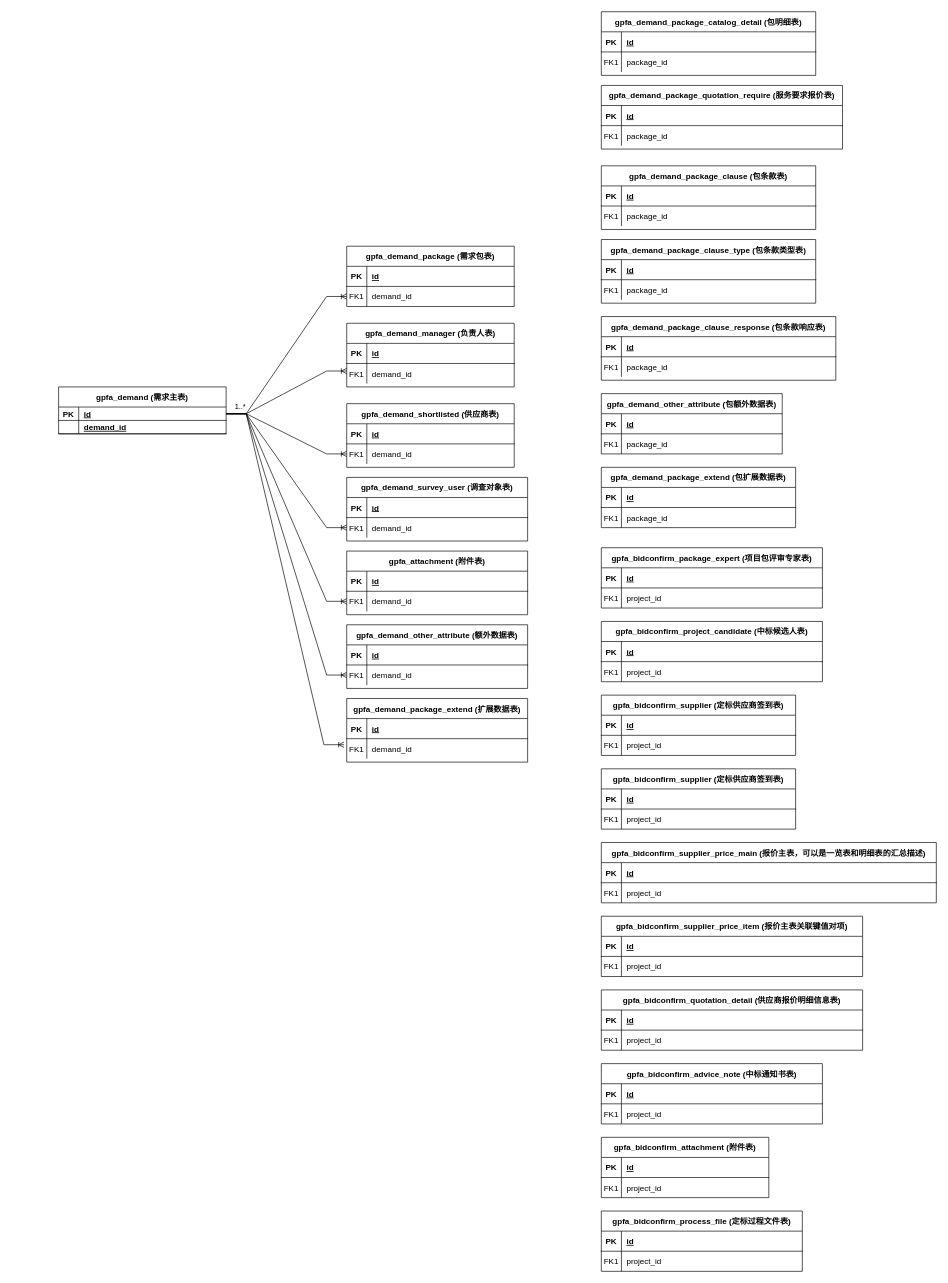
Earlier version of the draw.io diagram demand_data_hierarchy.drawio (dernight1/draw.io). Source tidied: cells renumbered, new cells numbered last; positions are measured from the earlier drawing's top-left corner, leaving out a move shared by most shapes. Both pictures are drawn from the tidied source at 67%, with x=0, y=0 at pixel (58, 11).
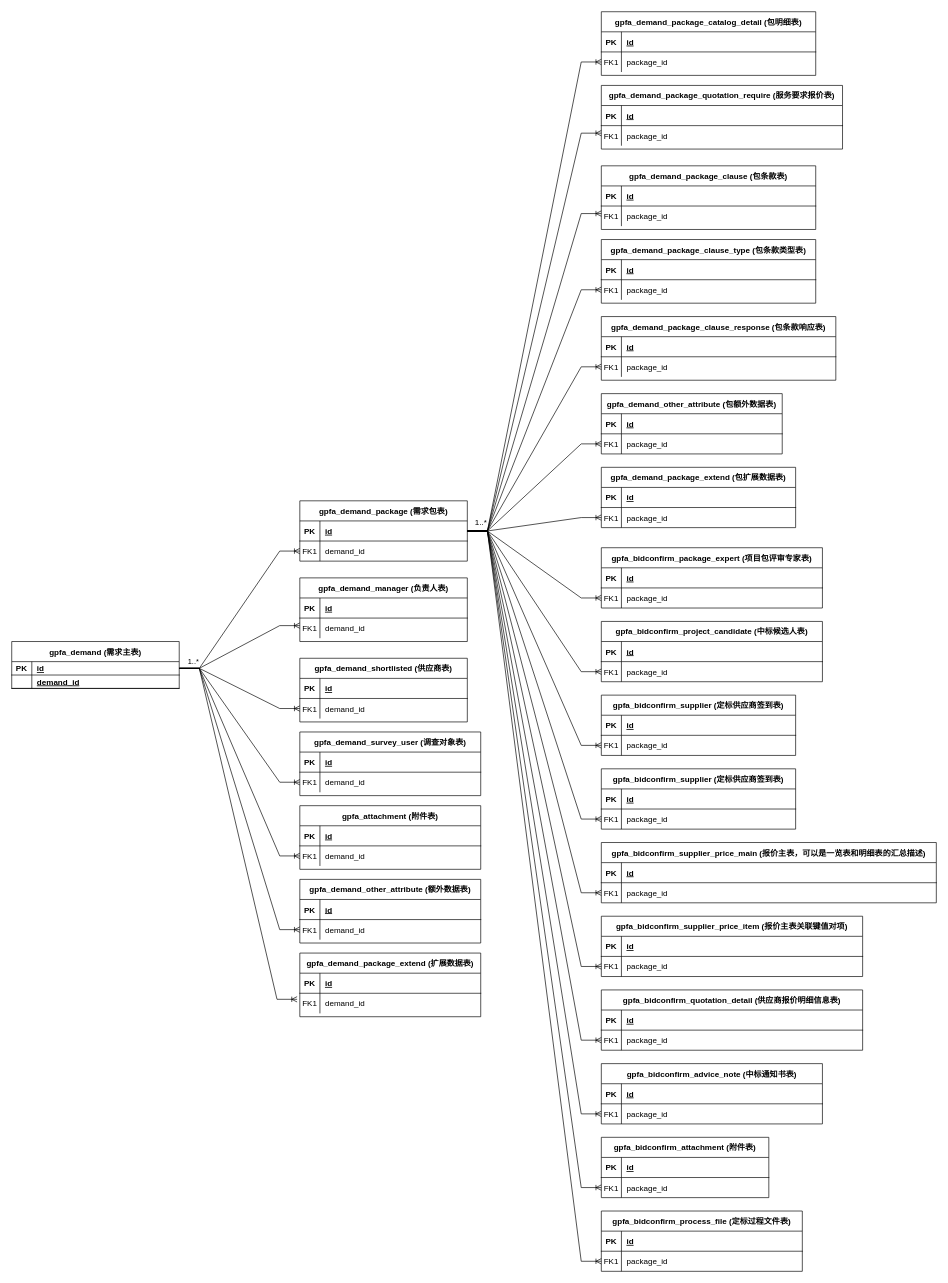
The same diagram, later.

Unchanged cells that the change refers to:
```xml
<mxCell id="3" style="shape=partialRectangle;fillColor=none;points=[[0,0.5],[1,0.5]];portConstraint=eastwest;top=0;left=0;right=0;bottom=1;" parent="2" vertex="1">
  <mxGeometry y="30" width="250" height="30" as="geometry" />
</mxCell>
<mxCell id="20" style="shape=partialRectangle;fillColor=none;points=[[0,0.5],[1,0.5]];portConstraint=eastwest;top=0;left=0;right=0;bottom=0;" parent="16" vertex="1">
  <mxGeometry y="60" width="320" height="30" as="geometry" />
</mxCell>
<mxCell id="55" style="shape=partialRectangle;fillColor=none;points=[[0,0.5],[1,0.5]];portConstraint=eastwest;top=0;left=0;right=0;bottom=0;" parent="51" vertex="1">
  <mxGeometry y="60" width="270" height="30" as="geometry" />
</mxCell>
<mxCell id="65" value="gpfa_demand_package_clause (包条款表)" style="shape=table;startSize=30;childLayout=tableLayout;rowLines=0;fontStyle=1;align=center;" parent="1" vertex="1">
  <mxGeometry x="810" y="230" width="320" height="95" as="geometry" />
</mxCell>
<mxCell id="76" style="shape=partialRectangle;fillColor=none;points=[[0,0.5],[1,0.5]];portConstraint=eastwest;top=0;left=0;right=0;bottom=0;" parent="72" vertex="1">
  <mxGeometry y="60" width="320" height="30" as="geometry" />
</mxCell>
<mxCell id="83" style="shape=partialRectangle;fillColor=none;points=[[0,0.5],[1,0.5]];portConstraint=eastwest;top=0;left=0;right=0;bottom=0;" parent="79" vertex="1">
  <mxGeometry y="60" width="350" height="30" as="geometry" />
</mxCell>
<mxCell id="86" value="gpfa_demand_package_quotation_require (服务要求报价表)" style="shape=table;startSize=30;childLayout=tableLayout;rowLines=0;fontStyle=1;align=center;" parent="1" vertex="1">
  <mxGeometry x="810" y="110" width="360" height="95" as="geometry" />
</mxCell>
<mxCell id="97" style="shape=partialRectangle;fillColor=none;points=[[0,0.5],[1,0.5]];portConstraint=eastwest;top=0;left=0;right=0;bottom=0;" parent="93" vertex="1">
  <mxGeometry y="60" width="270" height="30" as="geometry" />
</mxCell>
<mxCell id="104" style="shape=partialRectangle;fillColor=none;points=[[0,0.5],[1,0.5]];portConstraint=eastwest;top=0;left=0;right=0;bottom=0;" parent="100" vertex="1">
  <mxGeometry y="60" width="290" height="30" as="geometry" />
</mxCell>
<mxCell id="111" style="shape=partialRectangle;fillColor=none;points=[[0,0.5],[1,0.5]];portConstraint=eastwest;top=0;left=0;right=0;bottom=0;" parent="107" vertex="1">
  <mxGeometry y="60" width="330" height="30" as="geometry" />
</mxCell>
<mxCell id="118" style="shape=partialRectangle;fillColor=none;points=[[0,0.5],[1,0.5]];portConstraint=eastwest;top=0;left=0;right=0;bottom=0;" parent="114" vertex="1">
  <mxGeometry y="60" width="330" height="30" as="geometry" />
</mxCell>
<mxCell id="125" style="shape=partialRectangle;fillColor=none;points=[[0,0.5],[1,0.5]];portConstraint=eastwest;top=0;left=0;right=0;bottom=0;" parent="121" vertex="1">
  <mxGeometry y="60" width="290" height="30" as="geometry" />
</mxCell>
<mxCell id="132" style="shape=partialRectangle;fillColor=none;points=[[0,0.5],[1,0.5]];portConstraint=eastwest;top=0;left=0;right=0;bottom=0;" parent="128" vertex="1">
  <mxGeometry y="60" width="290" height="30" as="geometry" />
</mxCell>
<mxCell id="139" style="shape=partialRectangle;fillColor=none;points=[[0,0.5],[1,0.5]];portConstraint=eastwest;top=0;left=0;right=0;bottom=0;" parent="135" vertex="1">
  <mxGeometry y="60" width="500" height="30" as="geometry" />
</mxCell>
<mxCell id="146" style="shape=partialRectangle;fillColor=none;points=[[0,0.5],[1,0.5]];portConstraint=eastwest;top=0;left=0;right=0;bottom=0;" parent="142" vertex="1">
  <mxGeometry y="60" width="390" height="30" as="geometry" />
</mxCell>
<mxCell id="153" style="shape=partialRectangle;fillColor=none;points=[[0,0.5],[1,0.5]];portConstraint=eastwest;top=0;left=0;right=0;bottom=0;" parent="149" vertex="1">
  <mxGeometry y="60" width="390" height="30" as="geometry" />
</mxCell>
<mxCell id="160" style="shape=partialRectangle;fillColor=none;points=[[0,0.5],[1,0.5]];portConstraint=eastwest;top=0;left=0;right=0;bottom=0;" parent="156" vertex="1">
  <mxGeometry y="60" width="330" height="30" as="geometry" />
</mxCell>
<mxCell id="167" style="shape=partialRectangle;fillColor=none;points=[[0,0.5],[1,0.5]];portConstraint=eastwest;top=0;left=0;right=0;bottom=0;" parent="163" vertex="1">
  <mxGeometry y="60" width="250" height="30" as="geometry" />
</mxCell>
<mxCell id="174" style="shape=partialRectangle;fillColor=none;points=[[0,0.5],[1,0.5]];portConstraint=eastwest;top=0;left=0;right=0;bottom=0;" parent="170" vertex="1">
  <mxGeometry y="60" width="300" height="30" as="geometry" />
</mxCell>
```

What changed in the source:
```diff
@@
     <mxCell id="2" value="gpfa_demand_package (需求包表)" style="shape=table;startSize=30;childLayout=tableLayout;rowLines=0;fontStyle=1;align=center;" parent="1" vertex="1">
-      <mxGeometry x="430" y="350" width="250" height="90" as="geometry" />
+      <mxGeometry x="360" y="730" width="250" height="90" as="geometry" />
     </mxCell>
@@
     <mxCell id="9" value="gpfa_demand (需求主表)" style="shape=table;startSize=30;childLayout=tableLayout;rowLines=0;fontStyle=1;align=center;" parent="1" vertex="1">
-      <mxGeometry y="560" width="250" height="70" as="geometry" />
+      <mxGeometry x="-70" y="940" width="250" height="70" as="geometry" />
     </mxCell>
@@
     <mxCell id="23" value="gpfa_demand_manager (负责人表)" style="shape=table;startSize=30;childLayout=tableLayout;rowLines=0;fontStyle=1;align=center;" parent="1" vertex="1">
-      <mxGeometry x="430" y="465" width="250" height="95" as="geometry" />
+      <mxGeometry x="360" y="845" width="250" height="95" as="geometry" />
     </mxCell>
@@
     <mxCell id="30" value="gpfa_demand_shortlisted (供应商表)" style="shape=table;startSize=30;childLayout=tableLayout;rowLines=0;fontStyle=1;align=center;" parent="1" vertex="1">
-      <mxGeometry x="430" y="585" width="250" height="95" as="geometry" />
+      <mxGeometry x="360" y="965" width="250" height="95" as="geometry" />
     </mxCell>
@@
     <mxCell id="37" value="gpfa_demand_survey_user (调查对象表)" style="shape=table;startSize=30;childLayout=tableLayout;rowLines=0;fontStyle=1;align=center;" parent="1" vertex="1">
-      <mxGeometry x="430" y="695" width="270" height="95" as="geometry" />
+      <mxGeometry x="360" y="1075" width="270" height="95" as="geometry" />
     </mxCell>
@@
     <mxCell id="44" value="gpfa_attachment (附件表)" style="shape=table;startSize=30;childLayout=tableLayout;rowLines=0;fontStyle=1;align=center;" parent="1" vertex="1">
-      <mxGeometry x="430" y="805" width="270" height="95" as="geometry" />
+      <mxGeometry x="360" y="1185" width="270" height="95" as="geometry" />
     </mxCell>
@@
     <mxCell id="51" value="gpfa_demand_other_attribute (额外数据表)" style="shape=table;startSize=30;childLayout=tableLayout;rowLines=0;fontStyle=1;align=center;" parent="1" vertex="1">
-      <mxGeometry x="430" y="915" width="270" height="95" as="geometry" />
+      <mxGeometry x="360" y="1295" width="270" height="95" as="geometry" />
     </mxCell>
@@
     <mxCell id="58" value="gpfa_demand_package_extend (扩展数据表)" style="shape=table;startSize=30;childLayout=tableLayout;rowLines=0;fontStyle=1;align=center;" parent="1" vertex="1">
-      <mxGeometry x="430" y="1025" width="270" height="95" as="geometry" />
+      <mxGeometry x="360" y="1405" width="270" height="95" as="geometry" />
     </mxCell>
@@
-    <mxCell id="113" value="project_id" style="shape=partialRectangle;overflow=hidden;fillColor=none;top=0;left=0;bottom=0;right=0;align=left;spacingLeft=6;" parent="111" vertex="1">
+    <mxCell id="113" value="package_id" style="shape=partialRectangle;overflow=hidden;fillColor=none;top=0;left=0;bottom=0;right=0;align=left;spacingLeft=6;" parent="111" vertex="1">
       <mxGeometry x="30" width="300" height="30" as="geometry" />
     </mxCell>
@@
-    <mxCell id="120" value="project_id" style="shape=partialRectangle;overflow=hidden;fillColor=none;top=0;left=0;bottom=0;right=0;align=left;spacingLeft=6;" parent="118" vertex="1">
+    <mxCell id="120" value="package_id" style="shape=partialRectangle;overflow=hidden;fillColor=none;top=0;left=0;bottom=0;right=0;align=left;spacingLeft=6;" parent="118" vertex="1">
       <mxGeometry x="30" width="300" height="30" as="geometry" />
     </mxCell>
@@
-    <mxCell id="127" value="project_id" style="shape=partialRectangle;overflow=hidden;fillColor=none;top=0;left=0;bottom=0;right=0;align=left;spacingLeft=6;" parent="125" vertex="1">
+    <mxCell id="127" value="package_id" style="shape=partialRectangle;overflow=hidden;fillColor=none;top=0;left=0;bottom=0;right=0;align=left;spacingLeft=6;" parent="125" vertex="1">
       <mxGeometry x="30" width="260" height="30" as="geometry" />
     </mxCell>
@@
-    <mxCell id="134" value="project_id" style="shape=partialRectangle;overflow=hidden;fillColor=none;top=0;left=0;bottom=0;right=0;align=left;spacingLeft=6;" parent="132" vertex="1">
+    <mxCell id="134" value="package_id" style="shape=partialRectangle;overflow=hidden;fillColor=none;top=0;left=0;bottom=0;right=0;align=left;spacingLeft=6;" parent="132" vertex="1">
       <mxGeometry x="30" width="260" height="30" as="geometry" />
     </mxCell>
@@
-    <mxCell id="141" value="project_id" style="shape=partialRectangle;overflow=hidden;fillColor=none;top=0;left=0;bottom=0;right=0;align=left;spacingLeft=6;" parent="139" vertex="1">
+    <mxCell id="141" value="package_id" style="shape=partialRectangle;overflow=hidden;fillColor=none;top=0;left=0;bottom=0;right=0;align=left;spacingLeft=6;" parent="139" vertex="1">
       <mxGeometry x="30" width="470" height="30" as="geometry" />
     </mxCell>
@@
-    <mxCell id="148" value="project_id" style="shape=partialRectangle;overflow=hidden;fillColor=none;top=0;left=0;bottom=0;right=0;align=left;spacingLeft=6;" parent="146" vertex="1">
+    <mxCell id="148" value="package_id" style="shape=partialRectangle;overflow=hidden;fillColor=none;top=0;left=0;bottom=0;right=0;align=left;spacingLeft=6;" parent="146" vertex="1">
       <mxGeometry x="30" width="360" height="30" as="geometry" />
     </mxCell>
@@
-    <mxCell id="155" value="project_id" style="shape=partialRectangle;overflow=hidden;fillColor=none;top=0;left=0;bottom=0;right=0;align=left;spacingLeft=6;" parent="153" vertex="1">
+    <mxCell id="155" value="package_id" style="shape=partialRectangle;overflow=hidden;fillColor=none;top=0;left=0;bottom=0;right=0;align=left;spacingLeft=6;" parent="153" vertex="1">
       <mxGeometry x="30" width="360" height="30" as="geometry" />
     </mxCell>
@@
-    <mxCell id="162" value="project_id" style="shape=partialRectangle;overflow=hidden;fillColor=none;top=0;left=0;bottom=0;right=0;align=left;spacingLeft=6;" parent="160" vertex="1">
+    <mxCell id="162" value="package_id" style="shape=partialRectangle;overflow=hidden;fillColor=none;top=0;left=0;bottom=0;right=0;align=left;spacingLeft=6;" parent="160" vertex="1">
       <mxGeometry x="30" width="300" height="30" as="geometry" />
     </mxCell>
@@
-    <mxCell id="169" value="project_id" style="shape=partialRectangle;overflow=hidden;fillColor=none;top=0;left=0;bottom=0;right=0;align=left;spacingLeft=6;" parent="167" vertex="1">
+    <mxCell id="169" value="package_id" style="shape=partialRectangle;overflow=hidden;fillColor=none;top=0;left=0;bottom=0;right=0;align=left;spacingLeft=6;" parent="167" vertex="1">
       <mxGeometry x="30" width="220" height="30" as="geometry" />
     </mxCell>
@@
-    <mxCell id="176" value="project_id" style="shape=partialRectangle;overflow=hidden;fillColor=none;top=0;left=0;bottom=0;right=0;align=left;spacingLeft=6;" parent="174" vertex="1">
+    <mxCell id="176" value="package_id" style="shape=partialRectangle;overflow=hidden;fillColor=none;top=0;left=0;bottom=0;right=0;align=left;spacingLeft=6;" parent="174" vertex="1">
       <mxGeometry x="30" width="270" height="30" as="geometry" />
     </mxCell>
@@
     <mxCell id="183" style="edgeStyle=entityRelationEdgeStyle;fontSize=12;html=1;endArrow=ERoneToMany;rounded=0;entryX=0;entryY=0.5;entryDx=0;entryDy=0;" parent="1" edge="1" target="55">
       <mxGeometry relative="1" as="geometry">
-        <mxPoint x="250" y="600" as="sourcePoint" />
+        <mxPoint x="180" y="980" as="sourcePoint" />
       </mxGeometry>
     </mxCell>
@@
+    <mxCell id="185" style="edgeStyle=entityRelationEdgeStyle;fontSize=12;html=1;endArrow=ERoneToMany;rounded=0;entryX=0;entryY=0.5;entryDx=0;entryDy=0;exitX=1;exitY=0.5;exitDx=0;exitDy=0;" parent="1" edge="1" source="3" target="20">
+      <mxGeometry relative="1" as="geometry" />
+    </mxCell>
+    <mxCell id="186" style="edgeStyle=entityRelationEdgeStyle;fontSize=12;html=1;endArrow=ERoneToMany;rounded=0;entryX=0;entryY=0.75;entryDx=0;entryDy=0;exitX=1;exitY=0.5;exitDx=0;exitDy=0;" parent="1" edge="1" source="2" target="86">
+      <mxGeometry relative="1" as="geometry" />
+    </mxCell>
+    <mxCell id="187" style="edgeStyle=entityRelationEdgeStyle;fontSize=12;html=1;endArrow=ERoneToMany;rounded=0;entryX=0;entryY=0.75;entryDx=0;entryDy=0;exitX=1;exitY=0.5;exitDx=0;exitDy=0;" parent="1" edge="1" source="2" target="65">
+      <mxGeometry relative="1" as="geometry" />
+    </mxCell>
+    <mxCell id="188" style="edgeStyle=entityRelationEdgeStyle;fontSize=12;html=1;endArrow=ERoneToMany;rounded=0;entryX=0;entryY=0.5;entryDx=0;entryDy=0;exitX=1;exitY=0.5;exitDx=0;exitDy=0;" parent="1" edge="1" source="3" target="76">
+      <mxGeometry relative="1" as="geometry" />
+    </mxCell>
+    <mxCell id="189" style="edgeStyle=entityRelationEdgeStyle;fontSize=12;html=1;endArrow=ERoneToMany;rounded=0;entryX=0;entryY=0.5;entryDx=0;entryDy=0;exitX=1;exitY=0.5;exitDx=0;exitDy=0;" parent="1" edge="1" source="3" target="83">
+      <mxGeometry relative="1" as="geometry" />
+    </mxCell>
+    <mxCell id="190" style="edgeStyle=entityRelationEdgeStyle;fontSize=12;html=1;endArrow=ERoneToMany;rounded=0;entryX=0;entryY=0.5;entryDx=0;entryDy=0;exitX=1;exitY=0.5;exitDx=0;exitDy=0;" parent="1" edge="1" source="3" target="97">
+      <mxGeometry relative="1" as="geometry" />
+    </mxCell>
+    <mxCell id="191" style="edgeStyle=entityRelationEdgeStyle;fontSize=12;html=1;endArrow=ERoneToMany;rounded=0;entryX=0;entryY=0.5;entryDx=0;entryDy=0;exitX=1;exitY=0.5;exitDx=0;exitDy=0;" parent="1" edge="1" source="3" target="104">
+      <mxGeometry relative="1" as="geometry" />
+    </mxCell>
+    <mxCell id="192" style="edgeStyle=entityRelationEdgeStyle;fontSize=12;html=1;endArrow=ERoneToMany;rounded=0;entryX=0;entryY=0.5;entryDx=0;entryDy=0;exitX=1;exitY=0.5;exitDx=0;exitDy=0;" parent="1" edge="1" source="3" target="111">
+      <mxGeometry relative="1" as="geometry" />
+    </mxCell>
+    <mxCell id="193" style="edgeStyle=entityRelationEdgeStyle;fontSize=12;html=1;endArrow=ERoneToMany;rounded=0;entryX=0;entryY=0.5;entryDx=0;entryDy=0;exitX=1;exitY=0.5;exitDx=0;exitDy=0;" parent="1" edge="1" source="3" target="118">
+      <mxGeometry relative="1" as="geometry" />
+    </mxCell>
+    <mxCell id="194" style="edgeStyle=entityRelationEdgeStyle;fontSize=12;html=1;endArrow=ERoneToMany;rounded=0;entryX=0;entryY=0.5;entryDx=0;entryDy=0;exitX=1;exitY=0.5;exitDx=0;exitDy=0;" parent="1" edge="1" source="3" target="125">
+      <mxGeometry relative="1" as="geometry" />
+    </mxCell>
+    <mxCell id="195" style="edgeStyle=entityRelationEdgeStyle;fontSize=12;html=1;endArrow=ERoneToMany;rounded=0;entryX=0;entryY=0.5;entryDx=0;entryDy=0;exitX=1;exitY=0.5;exitDx=0;exitDy=0;" parent="1" edge="1" source="3" target="139">
+      <mxGeometry relative="1" as="geometry" />
+    </mxCell>
+    <mxCell id="196" style="edgeStyle=entityRelationEdgeStyle;fontSize=12;html=1;endArrow=ERoneToMany;rounded=0;entryX=0;entryY=0.5;entryDx=0;entryDy=0;exitX=1;exitY=0.5;exitDx=0;exitDy=0;" parent="1" edge="1" source="3" target="132">
+      <mxGeometry relative="1" as="geometry" />
+    </mxCell>
+    <mxCell id="197" style="edgeStyle=entityRelationEdgeStyle;fontSize=12;html=1;endArrow=ERoneToMany;rounded=0;entryX=0;entryY=0.5;entryDx=0;entryDy=0;exitX=1;exitY=0.5;exitDx=0;exitDy=0;" parent="1" edge="1" source="3" target="146">
+      <mxGeometry relative="1" as="geometry" />
+    </mxCell>
+    <mxCell id="198" style="edgeStyle=entityRelationEdgeStyle;fontSize=12;html=1;endArrow=ERoneToMany;rounded=0;entryX=0;entryY=0.5;entryDx=0;entryDy=0;exitX=1;exitY=0.5;exitDx=0;exitDy=0;" parent="1" edge="1" source="3" target="167">
+      <mxGeometry relative="1" as="geometry" />
+    </mxCell>
+    <mxCell id="199" style="edgeStyle=entityRelationEdgeStyle;fontSize=12;html=1;endArrow=ERoneToMany;rounded=0;entryX=0;entryY=0.5;entryDx=0;entryDy=0;exitX=1;exitY=0.5;exitDx=0;exitDy=0;" parent="1" edge="1" source="3" target="153">
+      <mxGeometry relative="1" as="geometry" />
+    </mxCell>
+    <mxCell id="200" style="edgeStyle=entityRelationEdgeStyle;fontSize=12;html=1;endArrow=ERoneToMany;rounded=0;entryX=0;entryY=0.5;entryDx=0;entryDy=0;exitX=1;exitY=0.5;exitDx=0;exitDy=0;" parent="1" edge="1" source="3" target="160">
+      <mxGeometry relative="1" as="geometry" />
+    </mxCell>
+    <mxCell id="201" style="edgeStyle=entityRelationEdgeStyle;fontSize=12;html=1;endArrow=ERoneToMany;rounded=0;entryX=0;entryY=0.5;entryDx=0;entryDy=0;exitX=1;exitY=0.5;exitDx=0;exitDy=0;" parent="1" edge="1" source="3" target="174">
+      <mxGeometry relative="1" as="geometry" />
+    </mxCell>
+    <mxCell id="202" value="1..*" style="text;html=1;align=center;verticalAlign=middle;strokeColor=none;fillColor=none;" parent="1" vertex="1">
+      <mxGeometry x="610" y="748" width="40" height="30" as="geometry" />
+    </mxCell>
```
